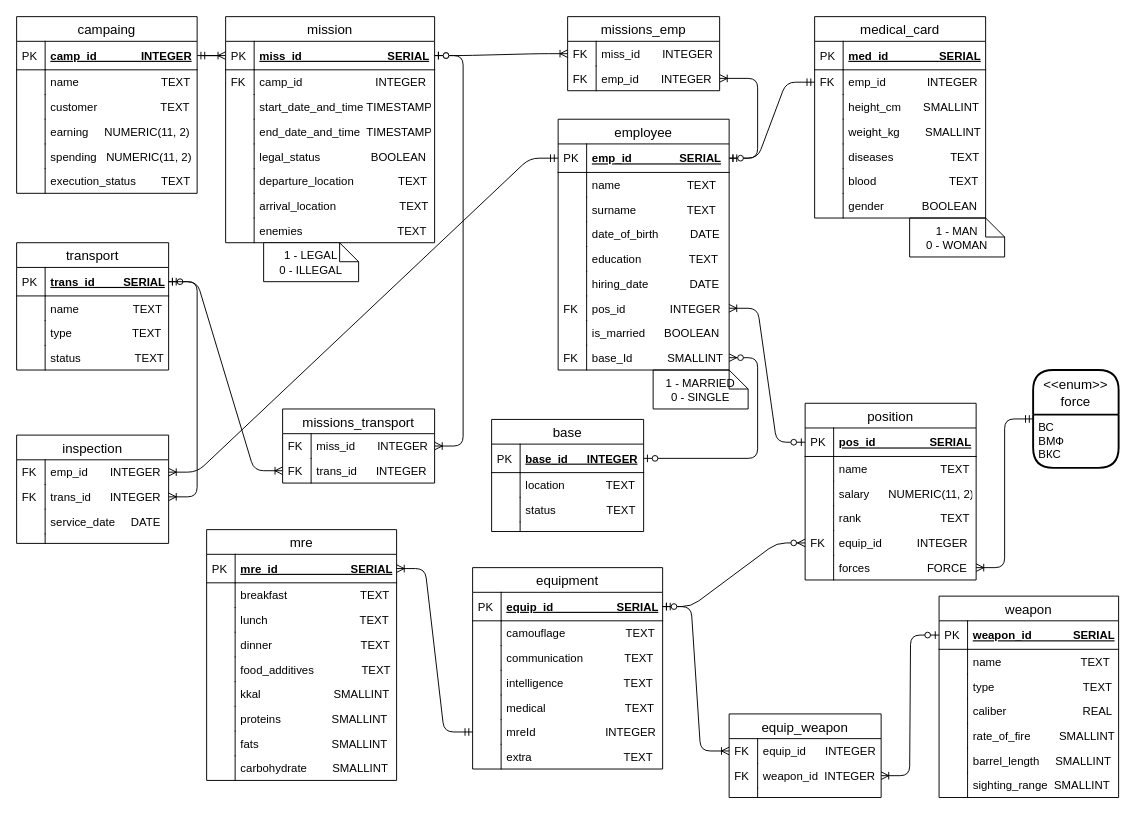
This is course-04.09.20/docs/datalogical.dio from testpassword/Information-Systems-and-Databases, a draw.io file, before an edit. Source tidied: cells renumbered, new cells numbered last; positions are measured from the earlier drawing's top-left corner, leaving out a move shared by most shapes. Both pictures are drawn from the tidied source at 95%, with x=0, y=0 at pixel (16, 16).
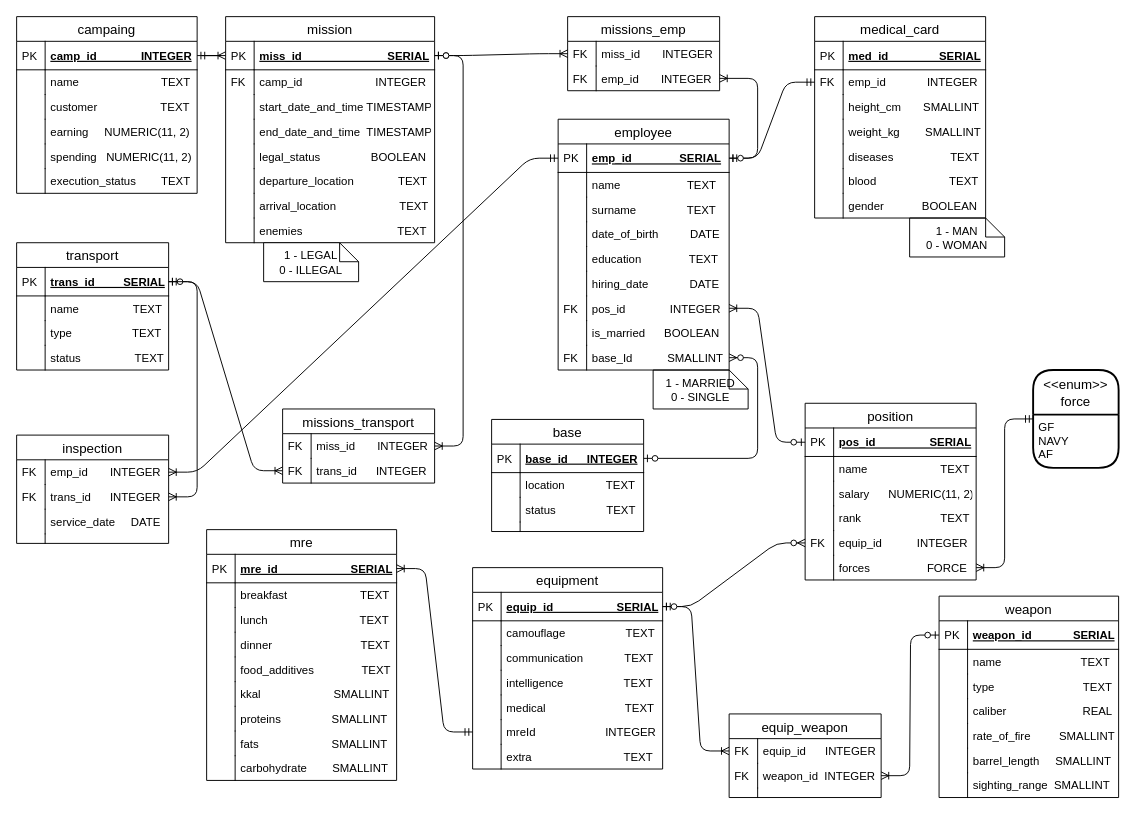
The same page after the edit.

The change refers to these unchanged cells:
```xml
<mxCell id="162" value="&lt;&lt;enum&gt;&gt; &#10;force" style="swimlane;horizontal=1;startSize=47;rounded=1;fontSize=14;fontStyle=0;strokeWidth=2;shadow=0;dashed=0;align=center;" parent="1" vertex="1">
  <mxGeometry x="1070" y="372" width="90" height="103" as="geometry" />
</mxCell>
```

What changed in the source:
```diff
@@
-    <mxCell id="163" value="ВС&#10;ВМФ&#10;ВКС" style="align=left;strokeColor=none;fillColor=none;spacingLeft=4;fontSize=12;verticalAlign=top;" parent="162" vertex="1">
+    <mxCell id="163" value="GF&#10;NAVY&#10;AF" style="align=left;strokeColor=none;fillColor=none;spacingLeft=4;fontSize=12;verticalAlign=top;" parent="162" vertex="1">
       <mxGeometry y="47" width="90" height="56" as="geometry" />
     </mxCell>
```
